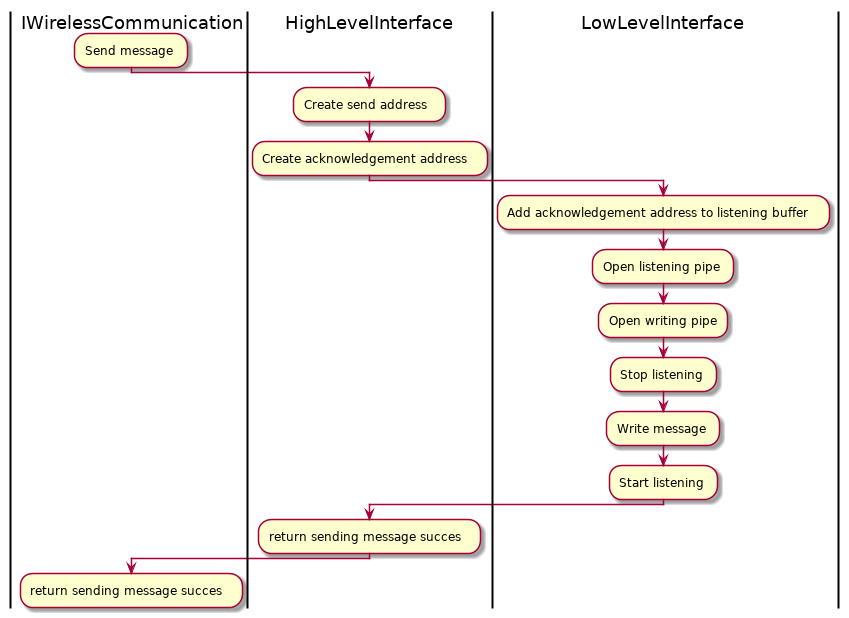
mauriceberentsen/Automated-Drone-Distribution-Network keeps this PlantUML diagram as Docs/DesignDocumenten/UML/out/NRF24/activity/sendMessage/sendMessage.png. Above is the earlier version.
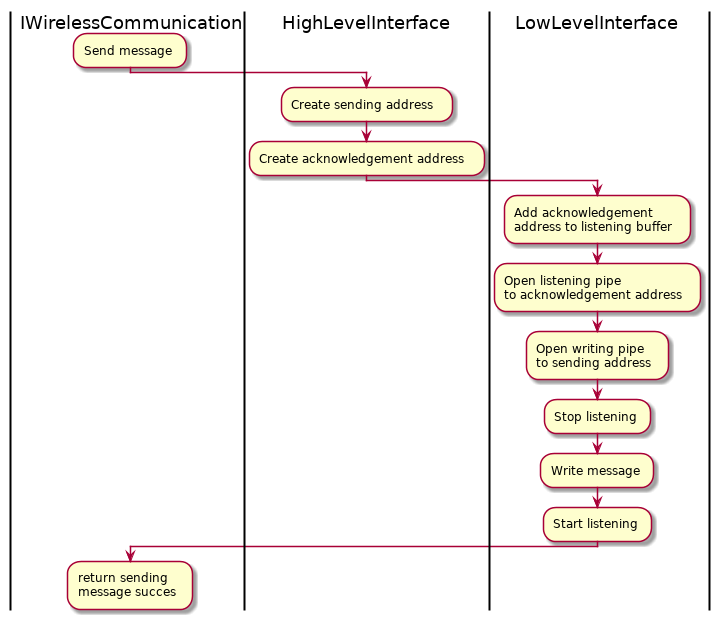
The same diagram one commit later.

Diff of the diagram source:
```diff
@@ -2,19 +2,17 @@
 |IWirelessCommunication|
 :Send message;
 |HighLevelInterface|
-:Create send address;
+:Create sending address;
 :Create acknowledgement address;
 |LowLevelInterface|
-:Add acknowledgement address to listening buffer;
-:Open listening pipe;
-:Open writing pipe;
+:Add acknowledgement\naddress to listening buffer;
+:Open listening pipe\nto acknowledgement address;
+:Open writing pipe\nto sending address;
 :Stop listening;
 :Write message;
 :Start listening;
-|HighLevelInterface|
-:return sending message succes;
 |IWirelessCommunication|
-:return sending message succes;
+:return sending\nmessage succes;
 
 
 @enduml
```
